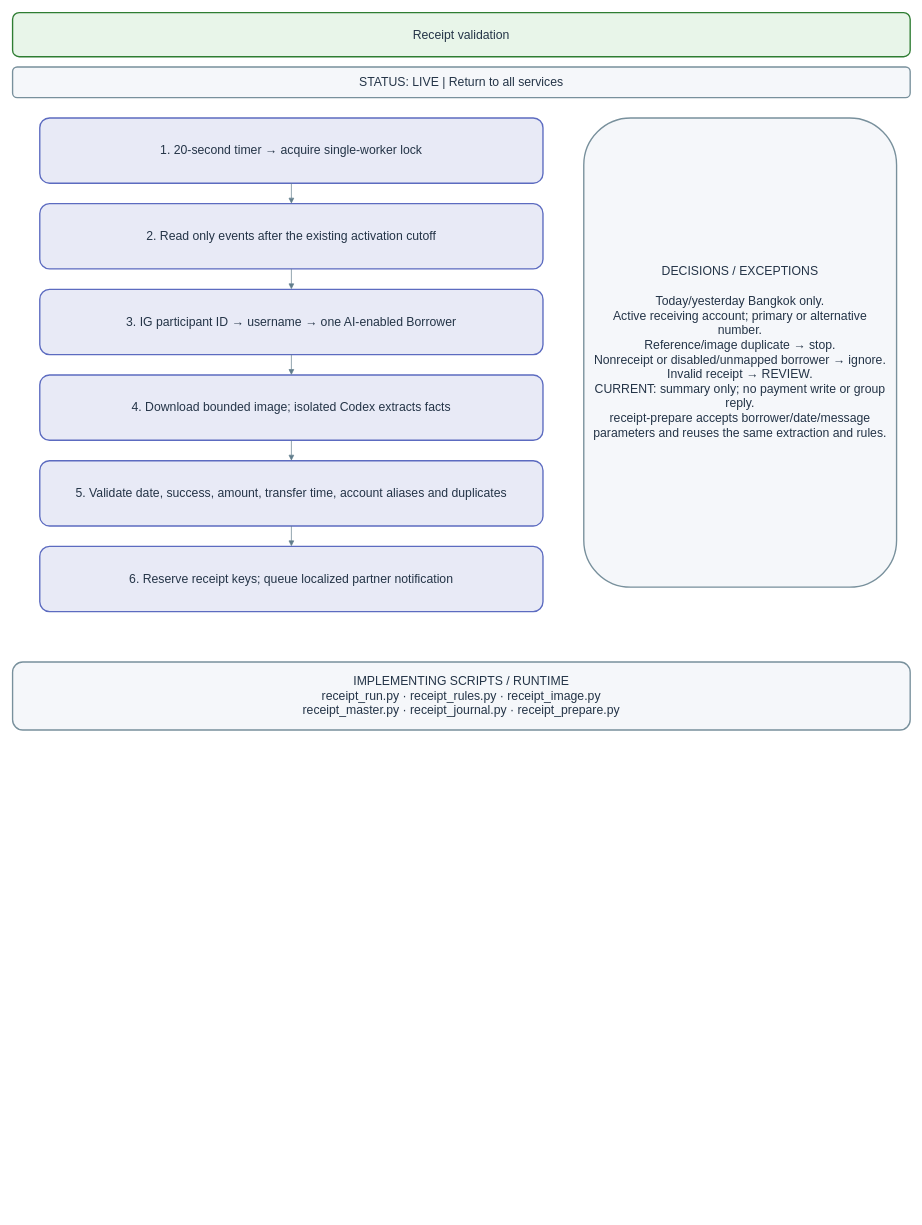
Above: page "03 · Receipt validation" (3 of 14) of docs/BUSINESS_PROCESS.drawio in welct0407/MW-Credit-App (draw.io), before the change. Source tidied: cells renumbered, new cells numbered last; positions are measured from the earlier drawing's top-left corner, leaving out a move shared by most shapes. Both pictures are drawn from the tidied source at 68%, with x=0, y=0 at pixel (12, 12).
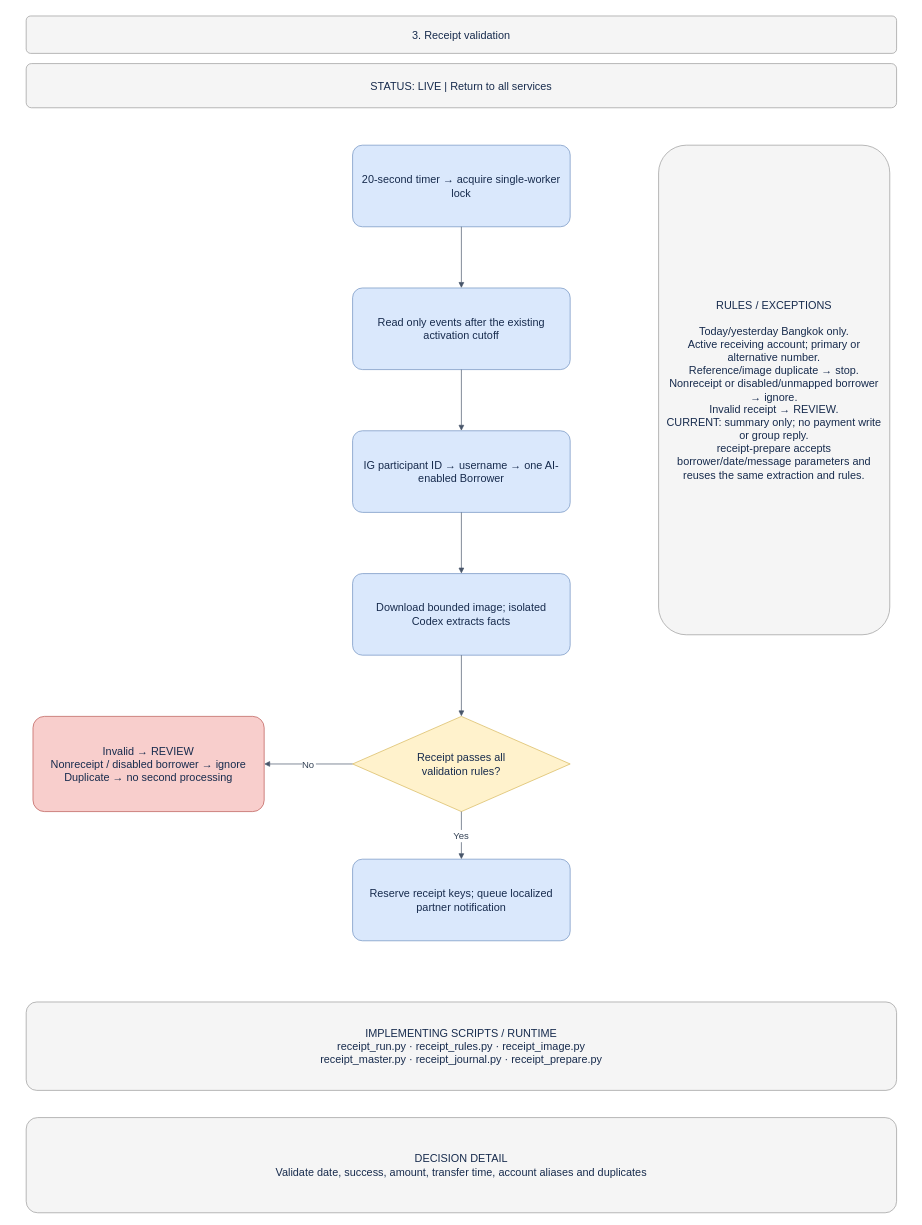
The same page after the edit.

The edit, as a diff of the source:
```diff
@@
 <mxGraphModel>
   <root>
     <mxCell id="0" />
     <mxCell id="1" parent="0" />
-    <mxCell id="2" value="Receipt validation" style="rounded=1;whiteSpace=wrap;html=0;fillColor=#e8f5e9;strokeColor=#2e7d32;strokeWidth=2;fontColor=#243447;fontSize=18;spacing=14;" parent="1" vertex="1">
-      <mxGeometry width="1320" height="65" as="geometry" />
+    <mxCell id="2" value="3. Receipt validation" style="rounded=1;arcSize=12;whiteSpace=wrap;html=0;fillColor=#f5f5f5;strokeColor=#999999;fontColor=#172b4d;fontSize=16;align=center;verticalAlign=middle;spacing=12;" parent="1" vertex="1">
+      <mxGeometry x="20" y="5" width="1280" height="55" as="geometry" />
     </mxCell>
-    <mxCell id="3" value="STATUS: LIVE  |  Return to all services" style="rounded=1;whiteSpace=wrap;html=0;fillColor=#f5f7fa;strokeColor=#78909c;strokeWidth=2;fontColor=#243447;fontSize=18;spacing=14;" parent="1" vertex="1">
-      <mxGeometry y="80" width="1320" height="45" as="geometry" />
+    <mxCell id="3" value="STATUS: LIVE  |  Return to all services" style="rounded=1;arcSize=12;whiteSpace=wrap;html=0;fillColor=#f5f5f5;strokeColor=#999999;fontColor=#172b4d;fontSize=16;align=center;verticalAlign=middle;spacing=12;" parent="1" vertex="1">
+      <mxGeometry x="20" y="75" width="1280" height="65" as="geometry" />
     </mxCell>
-    <mxCell id="4" value="1. 20-second timer → acquire single-worker lock" style="rounded=1;whiteSpace=wrap;html=0;fillColor=#e8eaf6;strokeColor=#5c6bc0;strokeWidth=2;fontColor=#243447;fontSize=18;spacing=14;" parent="1" vertex="1">
-      <mxGeometry x="40" y="155" width="740" height="96" as="geometry" />
+    <mxCell id="4" value="20-second timer → acquire single-worker lock" style="rounded=1;arcSize=12;whiteSpace=wrap;html=0;fillColor=#dae8fc;strokeColor=#6c8ebf;fontColor=#172b4d;fontSize=16;align=center;verticalAlign=middle;spacing=12;" parent="1" vertex="1">
+      <mxGeometry x="500" y="195" width="320" height="120" as="geometry" />
     </mxCell>
-    <mxCell id="5" value="2. Read only events after the existing activation cutoff" style="rounded=1;whiteSpace=wrap;html=0;fillColor=#e8eaf6;strokeColor=#5c6bc0;strokeWidth=2;fontColor=#243447;fontSize=18;spacing=14;" parent="1" vertex="1">
-      <mxGeometry x="40" y="281" width="740" height="96" as="geometry" />
+    <mxCell id="5" value="Read only events after the existing activation cutoff" style="rounded=1;arcSize=12;whiteSpace=wrap;html=0;fillColor=#dae8fc;strokeColor=#6c8ebf;fontColor=#172b4d;fontSize=16;align=center;verticalAlign=middle;spacing=12;" parent="1" vertex="1">
+      <mxGeometry x="500" y="405" width="320" height="120" as="geometry" />
     </mxCell>
-    <mxCell id="6" style="edgeStyle=orthogonalEdgeStyle;endArrow=block;strokeColor=#607d8b;" parent="1" edge="1" source="4" target="5">
+    <mxCell id="6" style="edgeStyle=orthogonalEdgeStyle;rounded=0;jettySize=auto;html=0;endArrow=block;endFill=1;strokeColor=#475569;fontColor=#334155;fontSize=14;labelBackgroundColor=#ffffff;" parent="1" edge="1" source="4" target="5">
       <mxGeometry relative="1" as="geometry" />
     </mxCell>
-    <mxCell id="7" value="3. IG participant ID → username → one AI-enabled Borrower" style="rounded=1;whiteSpace=wrap;html=0;fillColor=#e8eaf6;strokeColor=#5c6bc0;strokeWidth=2;fontColor=#243447;fontSize=18;spacing=14;" parent="1" vertex="1">
-      <mxGeometry x="40" y="407" width="740" height="96" as="geometry" />
+    <mxCell id="7" value="IG participant ID → username → one AI-enabled Borrower" style="rounded=1;arcSize=12;whiteSpace=wrap;html=0;fillColor=#dae8fc;strokeColor=#6c8ebf;fontColor=#172b4d;fontSize=16;align=center;verticalAlign=middle;spacing=12;" parent="1" vertex="1">
+      <mxGeometry x="500" y="615" width="320" height="120" as="geometry" />
     </mxCell>
-    <mxCell id="8" style="edgeStyle=orthogonalEdgeStyle;endArrow=block;strokeColor=#607d8b;" parent="1" edge="1" source="5" target="7">
+    <mxCell id="8" style="edgeStyle=orthogonalEdgeStyle;rounded=0;jettySize=auto;html=0;endArrow=block;endFill=1;strokeColor=#475569;fontColor=#334155;fontSize=14;labelBackgroundColor=#ffffff;" parent="1" edge="1" source="5" target="7">
       <mxGeometry relative="1" as="geometry" />
     </mxCell>
-    <mxCell id="9" value="4. Download bounded image; isolated Codex extracts facts" style="rounded=1;whiteSpace=wrap;html=0;fillColor=#e8eaf6;strokeColor=#5c6bc0;strokeWidth=2;fontColor=#243447;fontSize=18;spacing=14;" parent="1" vertex="1">
-      <mxGeometry x="40" y="533" width="740" height="96" as="geometry" />
+    <mxCell id="9" value="Download bounded image; isolated Codex extracts facts" style="rounded=1;arcSize=12;whiteSpace=wrap;html=0;fillColor=#dae8fc;strokeColor=#6c8ebf;fontColor=#172b4d;fontSize=16;align=center;verticalAlign=middle;spacing=12;" parent="1" vertex="1">
+      <mxGeometry x="500" y="825" width="320" height="120" as="geometry" />
     </mxCell>
-    <mxCell id="10" style="edgeStyle=orthogonalEdgeStyle;endArrow=block;strokeColor=#607d8b;" parent="1" edge="1" source="7" target="9">
+    <mxCell id="10" style="edgeStyle=orthogonalEdgeStyle;rounded=0;jettySize=auto;html=0;endArrow=block;endFill=1;strokeColor=#475569;fontColor=#334155;fontSize=14;labelBackgroundColor=#ffffff;" parent="1" edge="1" source="7" target="9">
       <mxGeometry relative="1" as="geometry" />
     </mxCell>
-    <mxCell id="11" value="5. Validate date, success, amount, transfer time, account aliases and duplicates" style="rounded=1;whiteSpace=wrap;html=0;fillColor=#e8eaf6;strokeColor=#5c6bc0;strokeWidth=2;fontColor=#243447;fontSize=18;spacing=14;" parent="1" vertex="1">
-      <mxGeometry x="40" y="659" width="740" height="96" as="geometry" />
+    <mxCell id="11" value="Receipt passes all&#10;validation rules?" style="rhombus;whiteSpace=wrap;html=0;fillColor=#fff2cc;strokeColor=#d6b656;fontColor=#172b4d;fontSize=16;align=center;verticalAlign=middle;spacing=12;" parent="1" vertex="1">
+      <mxGeometry x="500" y="1035" width="320" height="140" as="geometry" />
     </mxCell>
-    <mxCell id="12" style="edgeStyle=orthogonalEdgeStyle;endArrow=block;strokeColor=#607d8b;" parent="1" edge="1" source="9" target="11">
+    <mxCell id="12" style="edgeStyle=orthogonalEdgeStyle;rounded=0;jettySize=auto;html=0;endArrow=block;endFill=1;strokeColor=#475569;fontColor=#334155;fontSize=14;labelBackgroundColor=#ffffff;" parent="1" edge="1" source="9" target="11">
       <mxGeometry relative="1" as="geometry" />
     </mxCell>
-    <mxCell id="13" value="6. Reserve receipt keys; queue localized partner notification" style="rounded=1;whiteSpace=wrap;html=0;fillColor=#e8eaf6;strokeColor=#5c6bc0;strokeWidth=2;fontColor=#243447;fontSize=18;spacing=14;" parent="1" vertex="1">
-      <mxGeometry x="40" y="785" width="740" height="96" as="geometry" />
+    <mxCell id="13" value="Reserve receipt keys; queue localized partner notification" style="rounded=1;arcSize=12;whiteSpace=wrap;html=0;fillColor=#dae8fc;strokeColor=#6c8ebf;fontColor=#172b4d;fontSize=16;align=center;verticalAlign=middle;spacing=12;" parent="1" vertex="1">
+      <mxGeometry x="500" y="1245" width="320" height="120" as="geometry" />
     </mxCell>
-    <mxCell id="14" style="edgeStyle=orthogonalEdgeStyle;endArrow=block;strokeColor=#607d8b;" parent="1" edge="1" source="11" target="13">
+    <mxCell id="14" value="Yes" style="edgeStyle=orthogonalEdgeStyle;rounded=0;jettySize=auto;html=0;endArrow=block;endFill=1;strokeColor=#475569;fontColor=#334155;fontSize=14;labelBackgroundColor=#ffffff;" parent="1" edge="1" source="11" target="13">
       <mxGeometry relative="1" as="geometry" />
     </mxCell>
-    <mxCell id="15" value="DECISIONS / EXCEPTIONS&#10;&#10;Today/yesterday Bangkok only.&#10;Active receiving account; primary or alternative number.&#10;Reference/image duplicate → stop.&#10;Nonreceipt or disabled/unmapped borrower → ignore.&#10;Invalid receipt → REVIEW.&#10;CURRENT: summary only; no payment write or group reply.&#10;receipt-prepare accepts borrower/date/message parameters and reuses the same extraction and rules." style="rounded=1;whiteSpace=wrap;html=0;fillColor=#f5f7fa;strokeColor=#78909c;strokeWidth=2;fontColor=#243447;fontSize=18;spacing=14;" parent="1" vertex="1">
-      <mxGeometry x="840" y="155" width="460" height="690" as="geometry" />
-    </mxCell>
+    <mxCell id="17" value="Invalid → REVIEW&#10;Nonreceipt / disabled borrower → ignore&#10;Duplicate → no second processing" style="rounded=1;arcSize=12;whiteSpace=wrap;html=0;fillColor=#f8cecc;strokeColor=#b85450;fontColor=#172b4d;fontSize=16;align=center;verticalAlign=middle;spacing=12;" parent="1" vertex="1">
+      <mxGeometry x="30" y="1035" width="340" height="140" as="geometry" />
+    </mxCell>
+    <mxCell id="18" value="No" style="edgeStyle=orthogonalEdgeStyle;rounded=0;jettySize=auto;html=0;endArrow=block;endFill=1;strokeColor=#475569;fontColor=#334155;fontSize=14;labelBackgroundColor=#ffffff;" parent="1" edge="1" source="11" target="17">
+      <mxGeometry relative="1" as="geometry" />
+    </mxCell>
+    <mxCell id="19" value="RULES / EXCEPTIONS&#10;&#10;Today/yesterday Bangkok only.&#10;Active receiving account; primary or alternative number.&#10;Reference/image duplicate → stop.&#10;Nonreceipt or disabled/unmapped borrower → ignore.&#10;Invalid receipt → REVIEW.&#10;CURRENT: summary only; no payment write or group reply.&#10;receipt-prepare accepts borrower/date/message parameters and reuses the same extraction and rules." style="rounded=1;arcSize=12;whiteSpace=wrap;html=0;fillColor=#f5f5f5;strokeColor=#999999;fontColor=#172b4d;fontSize=16;align=center;verticalAlign=middle;spacing=12;" parent="1" vertex="1">
+      <mxGeometry x="950" y="195" width="340" height="720" as="geometry" />
+    </mxCell>
-    <mxCell id="16" value="IMPLEMENTING SCRIPTS / RUNTIME&#10;receipt_run.py · receipt_rules.py · receipt_image.py&#10;receipt_master.py · receipt_journal.py · receipt_prepare.py" style="rounded=1;whiteSpace=wrap;html=0;fillColor=#f5f7fa;strokeColor=#78909c;strokeWidth=2;fontColor=#243447;fontSize=18;spacing=14;" parent="1" vertex="1">
-      <mxGeometry y="955" width="1320" height="100" as="geometry" />
+    <mxCell id="16" value="IMPLEMENTING SCRIPTS / RUNTIME&#10;receipt_run.py · receipt_rules.py · receipt_image.py&#10;receipt_master.py · receipt_journal.py · receipt_prepare.py" style="rounded=1;arcSize=12;whiteSpace=wrap;html=0;fillColor=#f5f5f5;strokeColor=#999999;fontColor=#172b4d;fontSize=16;align=center;verticalAlign=middle;spacing=12;" parent="1" vertex="1">
+      <mxGeometry x="20" y="1455" width="1280" height="130" as="geometry" />
     </mxCell>
+    <mxCell id="20" value="DECISION DETAIL&#10;Validate date, success, amount, transfer time, account aliases and duplicates" style="rounded=1;arcSize=12;whiteSpace=wrap;html=0;fillColor=#f5f5f5;strokeColor=#999999;fontColor=#172b4d;fontSize=16;align=center;verticalAlign=middle;spacing=12;" parent="1" vertex="1">
+      <mxGeometry x="20" y="1625" width="1280" height="140" as="geometry" />
+    </mxCell>
   </root>
 </mxGraphModel>
```
